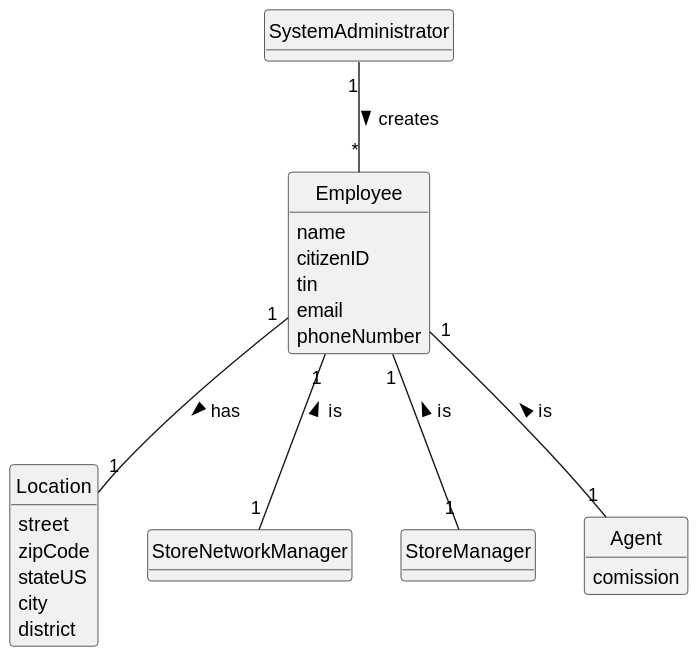
Above: docs/sprintA/us003/02.analysis/svg/us003-domain-model.svg in PEDROMOREIRA45/lei-23-s2-1dg-g31 (PlantUML), before the change.
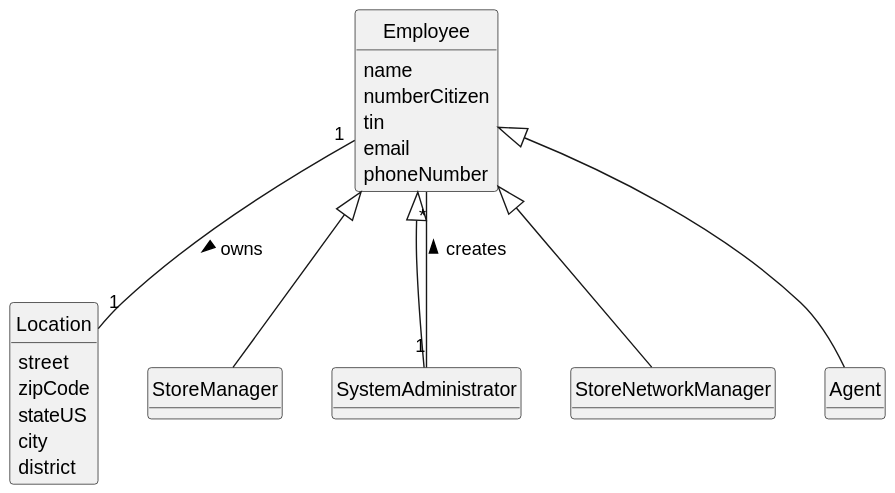
After the change.

Commit message:
US003: - Added a few more Q&A to the requirements-engineering readme; - Updated the domain model svg - Title fix to the US003 readme

Diff of the diagram source:
```diff
@@ -8,11 +8,9 @@
 hide circle
 hide methods
 
-class SystemAdministrator
-
 class Employee{
     name
-    citizenID
+    numberCitizen
     tin
     email
     phoneNumber
@@ -26,17 +24,18 @@
     district
 }
 
+class StoreManager
+
+class SystemAdministrator
+
 class StoreNetworkManager
 
-class StoreManager
+class Agent
 
-class Agent{
-    comission
-}
-
-SystemAdministrator "1" -- "*" Employee : creates >
-Employee "1" -- "1" Location: has >
-Employee "1" -- "1" StoreNetworkManager: is <
-Employee "1" -- "1" StoreManager: is <
-Employee "1" -- "1" Agent: is <
+Employee <|-- Agent
+Employee <|-- StoreManager
+Employee <|-- StoreNetworkManager
+Employee <|-- SystemAdministrator
+SystemAdministrator "1" -- "*" Employee: creates >
+Employee "1" -- "1" Location: owns >
 @enduml
```
